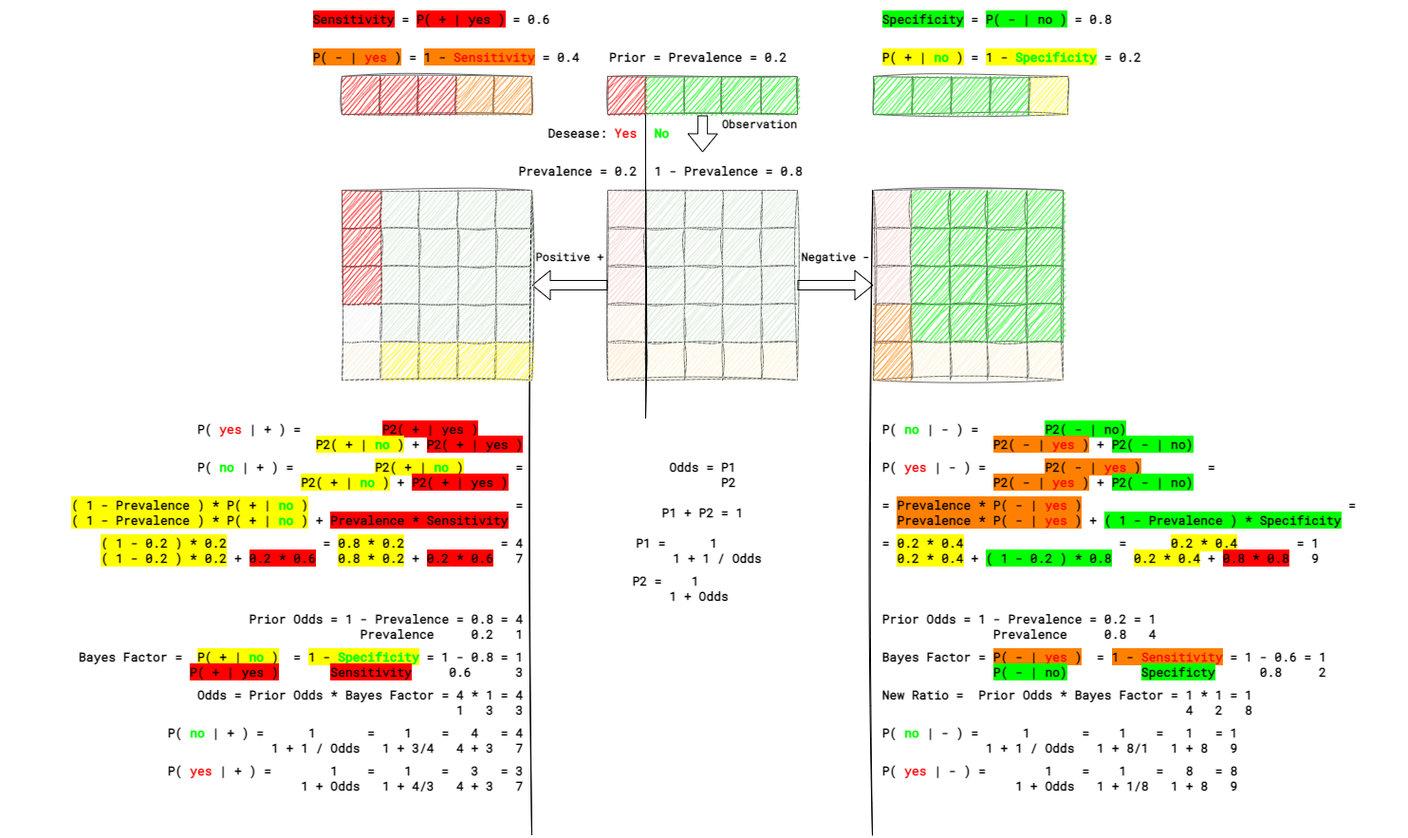
Learn-Together-Pro/DiscreteMath keeps this draw.io diagram as cheatsheet/bayes_in_odds.png. Above is the earlier version. Source tidied: cells renumbered, new cells last; positions are measured from the earlier drawing's top-left corner, leaving out a move shared by most shapes.
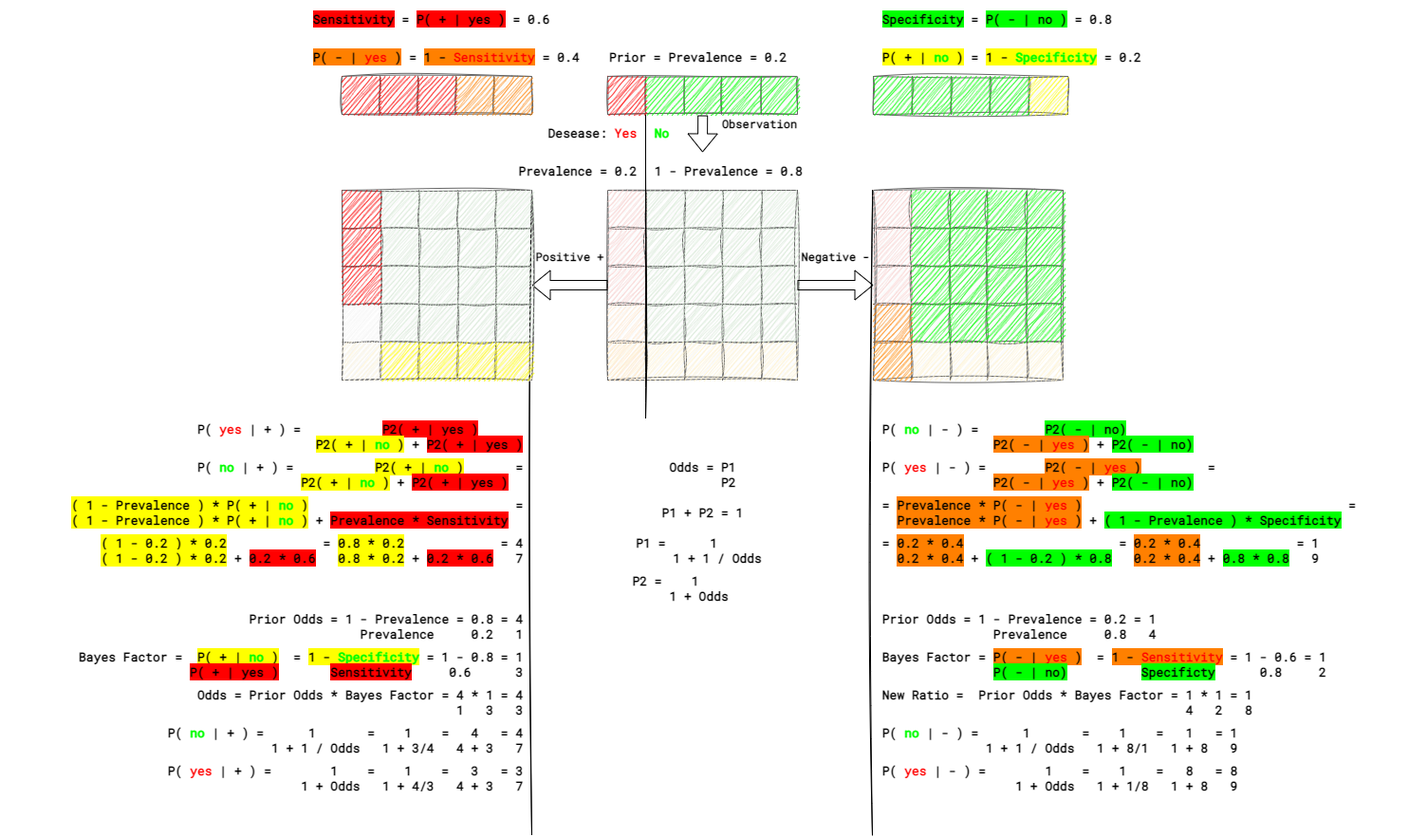
After the commit.

Commit message:
better_bayes_diagram

The edit, as a diff of the source:
```diff
@@ -373,7 +373,7 @@
     <mxCell id="122" value="&amp;nbsp;= &lt;span style=&quot;background-color: rgb(255, 128, 0);&quot;&gt;Prevalence *&amp;nbsp;&lt;/span&gt;&lt;span style=&quot;text-align: right;&quot;&gt;&lt;span style=&quot;background-color: rgb(255, 128, 0);&quot;&gt;P( - |&amp;nbsp;&lt;/span&gt;&lt;/span&gt;&lt;span style=&quot;background-color: rgb(255, 128, 0);&quot;&gt;&lt;font style=&quot;border-color: var(--border-color); text-align: right;&quot; color=&quot;#ff0000&quot;&gt;yes&lt;/font&gt;&lt;span style=&quot;text-align: right;&quot;&gt;&amp;nbsp;&lt;/span&gt;&lt;/span&gt;&lt;span style=&quot;text-align: right; background-color: rgb(255, 128, 0);&quot;&gt;)&lt;/span&gt;&amp;nbsp; &amp;nbsp; &amp;nbsp; &amp;nbsp; &amp;nbsp; &amp;nbsp; &amp;nbsp; &amp;nbsp; &amp;nbsp; &amp;nbsp; &amp;nbsp; &amp;nbsp; &amp;nbsp; &amp;nbsp; &amp;nbsp; &amp;nbsp; &amp;nbsp; &amp;nbsp; =&amp;nbsp;&lt;br&gt;&amp;nbsp; &amp;nbsp;&lt;span style=&quot;background-color: rgb(255, 128, 0);&quot;&gt;Prevalence *&amp;nbsp;&lt;/span&gt;&lt;span style=&quot;text-align: right; background-color: rgb(255, 128, 0);&quot;&gt;P( - |&amp;nbsp;&lt;/span&gt;&lt;span style=&quot;background-color: rgb(255, 128, 0);&quot;&gt;&lt;font style=&quot;border-color: var(--border-color); text-align: right;&quot; color=&quot;#ff0000&quot;&gt;yes&lt;/font&gt;&lt;span style=&quot;text-align: right;&quot;&gt;&amp;nbsp;)&lt;/span&gt;&lt;/span&gt;&amp;nbsp;+ &lt;span style=&quot;background-color: rgb(0, 255, 0);&quot;&gt;(&amp;nbsp;1 - Prevalence ) * Specificity&lt;/span&gt;" style="text;strokeColor=none;fillColor=none;html=1;fontSize=13;fontStyle=1;verticalAlign=middle;align=left;shadow=1;sketch=1;strokeWidth=1;fontFamily=Roboto Mono;fontSource=https%3A%2F%2Ffonts.googleapis.com%2Fcss%3Ffamily%3DRoboto%2BMono;" parent="1" vertex="1">
       <mxGeometry x="920" y="520" width="560" height="40" as="geometry" />
     </mxCell>
-    <mxCell id="123" value="&amp;nbsp;= &lt;span style=&quot;background-color: rgb(255, 255, 0);&quot;&gt;0.2 * 0.4&lt;/span&gt;&amp;nbsp; &amp;nbsp; &amp;nbsp; &amp;nbsp; &amp;nbsp; &amp;nbsp; &amp;nbsp; &amp;nbsp; &amp;nbsp; &amp;nbsp; &amp;nbsp;=&amp;nbsp; &amp;nbsp; &amp;nbsp;&amp;nbsp;&lt;span style=&quot;border-color: var(--border-color); background-color: rgb(255, 255, 0);&quot;&gt;0.2 * 0.4&lt;/span&gt;&lt;span style=&quot;border-color: var(--border-color);&quot;&gt;&amp;nbsp; &amp;nbsp; &amp;nbsp; &amp;nbsp;&lt;/span&gt;&amp;nbsp;= 1&amp;nbsp;&lt;br&gt;&amp;nbsp; &amp;nbsp;&lt;span style=&quot;background-color: rgb(255, 255, 0);&quot;&gt;0.2&amp;nbsp;* 0.4&lt;/span&gt;&amp;nbsp;+ &lt;span style=&quot;background-color: rgb(0, 255, 0);&quot;&gt;( 1 - 0.2 )&amp;nbsp;* 0.8&lt;/span&gt;&amp;nbsp; &amp;nbsp;&lt;span style=&quot;border-color: var(--border-color); background-color: rgb(255, 255, 0);&quot;&gt;0.2 * 0.4&lt;/span&gt;&amp;nbsp;+&amp;nbsp;&lt;span style=&quot;border-color: var(--border-color); background-color: rgb(255, 0, 0);&quot;&gt;0.8 * 0.8&lt;/span&gt;&amp;nbsp; &amp;nbsp;9&amp;nbsp;" style="text;strokeColor=none;fillColor=none;html=1;fontSize=13;fontStyle=1;verticalAlign=middle;align=left;shadow=1;sketch=1;strokeWidth=1;fontFamily=Roboto Mono;fontSource=https%3A%2F%2Ffonts.googleapis.com%2Fcss%3Ffamily%3DRoboto%2BMono;" parent="1" vertex="1">
+    <mxCell id="123" value="&amp;nbsp;= &lt;span style=&quot;background-color: rgb(255, 128, 0);&quot;&gt;0.2 * 0.4&lt;/span&gt;&amp;nbsp; &amp;nbsp; &amp;nbsp; &amp;nbsp; &amp;nbsp; &amp;nbsp; &amp;nbsp; &amp;nbsp; &amp;nbsp; &amp;nbsp; &amp;nbsp;=&amp;nbsp;&lt;span style=&quot;border-color: var(--border-color); background-color: rgb(255, 128, 0);&quot;&gt;0.2 * 0.4&lt;/span&gt;&lt;span style=&quot;border-color: var(--border-color);&quot;&gt;&amp;nbsp; &amp;nbsp; &amp;nbsp; &amp;nbsp;&lt;/span&gt;&amp;nbsp; &amp;nbsp; &amp;nbsp; = 1&amp;nbsp;&lt;br&gt;&amp;nbsp; &amp;nbsp;&lt;span style=&quot;background-color: rgb(255, 128, 0);&quot;&gt;0.2&amp;nbsp;* 0.4&lt;/span&gt;&amp;nbsp;+ &lt;span style=&quot;background-color: rgb(0, 255, 0);&quot;&gt;( 1 - 0.2 )&amp;nbsp;* 0.8&lt;/span&gt;&amp;nbsp; &amp;nbsp;&lt;span style=&quot;border-color: var(--border-color); background-color: rgb(255, 128, 0);&quot;&gt;0.2 * 0.4&lt;/span&gt;&amp;nbsp;+&amp;nbsp;&lt;span style=&quot;border-color: var(--border-color); background-color: rgb(0, 255, 0);&quot;&gt;0.8 * 0.8&lt;/span&gt;&amp;nbsp; &amp;nbsp;9&amp;nbsp;" style="text;strokeColor=none;fillColor=none;html=1;fontSize=13;fontStyle=1;verticalAlign=middle;align=left;shadow=1;sketch=1;strokeWidth=1;fontFamily=Roboto Mono;fontSource=https%3A%2F%2Ffonts.googleapis.com%2Fcss%3Ffamily%3DRoboto%2BMono;" parent="1" vertex="1">
       <mxGeometry x="920" y="560" width="560" height="40" as="geometry" />
     </mxCell>
     <mxCell id="124" value="&amp;nbsp;Bayes Factor =&amp;nbsp;&lt;span style=&quot;background-color: rgb(255, 128, 0);&quot;&gt;P( - |&amp;nbsp;&lt;font style=&quot;border-color: var(--border-color);&quot; color=&quot;#ff0000&quot;&gt;yes&lt;/font&gt;&amp;nbsp;)&lt;/span&gt;&amp;nbsp; =&amp;nbsp;&lt;span style=&quot;text-align: right; background-color: rgb(255, 128, 0);&quot;&gt;1 &lt;/span&gt;&lt;span style=&quot;background-color: rgb(255, 128, 0);&quot;&gt;&lt;span style=&quot;text-align: right;&quot;&gt;-&amp;nbsp;&lt;/span&gt;&lt;font style=&quot;border-color: var(--border-color); text-align: right;&quot; color=&quot;#ff0000&quot;&gt;Sensitivity&lt;/font&gt;&lt;/span&gt;&amp;nbsp;= 1 - 0.6 = 1&lt;br&gt;&amp;nbsp; &amp;nbsp; &amp;nbsp; &amp;nbsp; &amp;nbsp; &amp;nbsp; &amp;nbsp; &amp;nbsp;&amp;nbsp;&lt;span style=&quot;background-color: rgb(0, 255, 0);&quot;&gt;P( - | no)&lt;/span&gt;&amp;nbsp; &amp;nbsp; &amp;nbsp; &amp;nbsp; &amp;nbsp;&amp;nbsp;&lt;span style=&quot;background-color: rgb(0, 255, 0);&quot;&gt;Specificty&lt;/span&gt;&amp;nbsp; &amp;nbsp; &amp;nbsp; 0.8&amp;nbsp; &amp;nbsp; &amp;nbsp;2&amp;nbsp;" style="text;strokeColor=none;fillColor=none;html=1;fontSize=13;fontStyle=1;verticalAlign=middle;align=left;shadow=1;sketch=1;strokeWidth=1;fontFamily=Roboto Mono;fontSource=https%3A%2F%2Ffonts.googleapis.com%2Fcss%3Ffamily%3DRoboto%2BMono;" parent="1" vertex="1">
```
